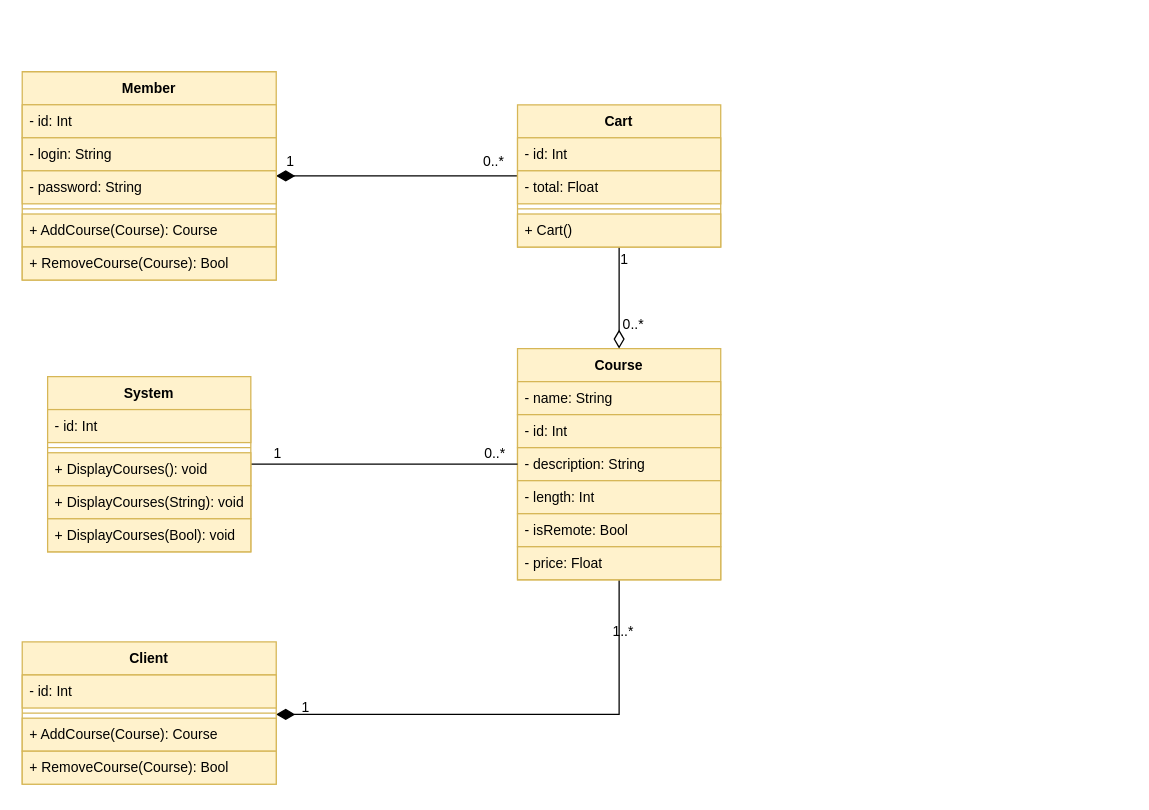
Earlier version of the draw.io diagram page "Class" (1 of 2) of doc/uml/Business.drawio (KMorere/eval-java-business). Source tidied: cells renumbered, new cells numbered last; positions are measured from the earlier drawing's top-left corner, leaving out a move shared by most shapes. Both pictures are drawn from the tidied source at 127%, with x=0, y=0 at pixel (22, 71).
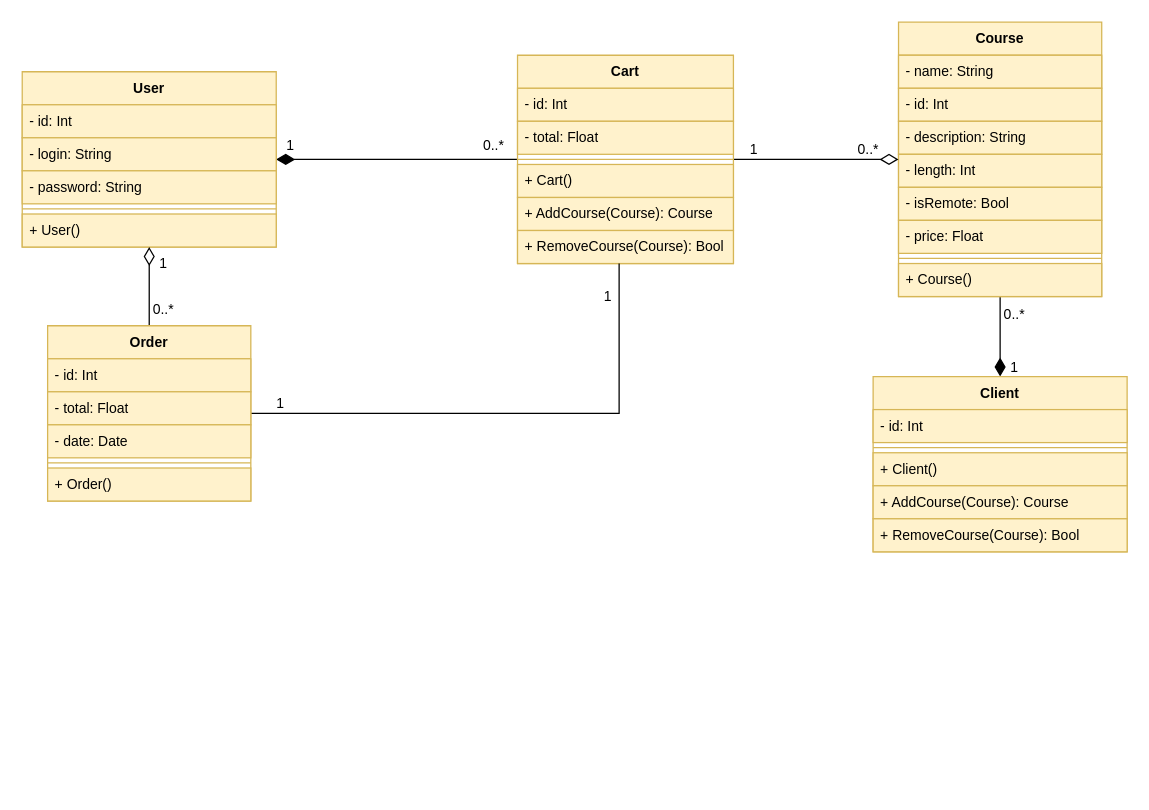
The same diagram, later.

Commit message (it also covers changes not shown here):
Reorganized the class diagram and added the order class, added png for the class and use case diagrams.

Unchanged cells that the change refers to:
```xml
<mxCell id="36" style="edgeStyle=orthogonalEdgeStyle;shape=connector;rounded=0;jettySize=auto;html=1;strokeColor=default;align=center;verticalAlign=middle;fontFamily=Helvetica;fontSize=11;fontColor=default;labelBackgroundColor=none;endArrow=diamondThin;endFill=0;endSize=12;" parent="1" edge="1" source="39" target="5">
  <mxGeometry relative="1" as="geometry" />
</mxCell>
```

Diff of the diagram source:
```diff
@@
-    <mxCell id="2" style="edgeStyle=orthogonalEdgeStyle;shape=connector;rounded=0;jettySize=auto;html=1;strokeColor=default;align=center;verticalAlign=middle;fontFamily=Helvetica;fontSize=11;fontColor=default;labelBackgroundColor=none;endArrow=diamondThin;endFill=1;endSize=12;" parent="1" edge="1" source="5" target="21">
-      <mxGeometry relative="1" as="geometry">
-        <Array as="points">
-          <mxPoint x="470" y="506" />
-        </Array>
-      </mxGeometry>
+    <mxCell id="2" style="edgeStyle=orthogonalEdgeStyle;shape=connector;rounded=0;jettySize=auto;html=1;strokeColor=default;align=center;verticalAlign=middle;fontFamily=Helvetica;fontSize=11;fontColor=default;labelBackgroundColor=none;startSize=12;endArrow=diamondThin;endFill=1;endSize=12;" parent="1" edge="1" source="5" target="21">
+      <mxGeometry relative="1" as="geometry" />
     </mxCell>
-    <mxCell id="3" value="1" style="edgeLabel;html=1;align=center;verticalAlign=middle;strokeColor=#d6b656;spacingLeft=4;spacingRight=4;fontFamily=Helvetica;fontSize=11;fontColor=default;labelBackgroundColor=none;fillColor=#fff2cc;gradientColor=none;" parent="2" vertex="1">
-      <mxGeometry x="0.45" y="1" relative="1" as="geometry">
-        <mxPoint x="-81" y="-7" as="offset" />
-      </mxGeometry>
-    </mxCell>
-    <mxCell id="4" value="1..*" style="edgeLabel;html=1;align=center;verticalAlign=middle;strokeColor=#d6b656;spacingLeft=4;spacingRight=4;fontFamily=Helvetica;fontSize=11;fontColor=default;labelBackgroundColor=none;fillColor=#fff2cc;gradientColor=none;" parent="2" vertex="1">
-      <mxGeometry x="-0.4" y="-1" relative="1" as="geometry">
-        <mxPoint x="9" y="-65" as="offset" />
-      </mxGeometry>
-    </mxCell>
+    <mxCell id="44" value="1" style="edgeLabel;html=1;align=center;verticalAlign=middle;strokeColor=#d6b656;spacingLeft=4;spacingRight=4;fontFamily=Helvetica;fontSize=11;fontColor=default;labelBackgroundColor=none;fillColor=#fff2cc;gradientColor=none;" parent="2" vertex="1">
+      <mxGeometry x="0.75" relative="1" as="geometry">
+        <mxPoint x="10" as="offset" />
+      </mxGeometry>
+    </mxCell>
+    <mxCell id="45" value="0..*" style="edgeLabel;html=1;align=center;verticalAlign=middle;strokeColor=#d6b656;spacingLeft=4;spacingRight=4;fontFamily=Helvetica;fontSize=11;fontColor=default;labelBackgroundColor=none;fillColor=#fff2cc;gradientColor=none;" parent="2" vertex="1">
+      <mxGeometry x="-0.83" relative="1" as="geometry">
+        <mxPoint x="10" y="8" as="offset" />
+      </mxGeometry>
+    </mxCell>
     <mxCell id="5" value="Course" style="swimlane;fontStyle=1;align=center;verticalAlign=top;horizontal=1;startSize=26;whiteSpace=wrap;html=1;fontFamily=Helvetica;fontSize=11;labelBackgroundColor=none;fillColor=#fff2cc;strokeColor=#d6b656;" parent="1" vertex="1">
-      <mxGeometry x="390" y="218" width="160" height="182" as="geometry" />
+      <mxGeometry x="690" y="-39" width="160" height="216" as="geometry" />
     </mxCell>
@@
-    <mxCell id="12" style="edgeStyle=orthogonalEdgeStyle;shape=connector;rounded=0;jettySize=auto;html=1;strokeColor=default;align=center;verticalAlign=middle;fontFamily=Helvetica;fontSize=11;fontColor=default;labelBackgroundColor=none;endArrow=none;endFill=0;" parent="1" edge="1" source="15" target="5">
-      <mxGeometry relative="1" as="geometry" />
-    </mxCell>
-    <mxCell id="13" value="1" style="edgeLabel;html=1;align=center;verticalAlign=middle;strokeColor=#d6b656;spacingLeft=4;spacingRight=4;fontFamily=Helvetica;fontSize=11;fontColor=default;labelBackgroundColor=none;fillColor=#fff2cc;gradientColor=none;" parent="12" vertex="1">
-      <mxGeometry x="-0.61" y="1" relative="1" as="geometry">
-        <mxPoint x="-21" y="-8" as="offset" />
-      </mxGeometry>
-    </mxCell>
-    <mxCell id="14" value="0..*" style="edgeLabel;html=1;align=center;verticalAlign=middle;strokeColor=#d6b656;spacingLeft=4;spacingRight=4;fontFamily=Helvetica;fontSize=11;fontColor=default;labelBackgroundColor=none;fillColor=#fff2cc;gradientColor=none;" parent="12" vertex="1">
-      <mxGeometry x="0.7" y="1" relative="1" as="geometry">
-        <mxPoint x="12" y="-8" as="offset" />
-      </mxGeometry>
-    </mxCell>
-    <mxCell id="15" value="System" style="swimlane;fontStyle=1;align=center;verticalAlign=top;horizontal=1;startSize=26;whiteSpace=wrap;html=1;strokeColor=#d6b656;spacingLeft=4;spacingRight=4;fontFamily=Helvetica;fontSize=11;fontColor=default;labelBackgroundColor=none;fillColor=#fff2cc;gradientColor=none;" parent="1" vertex="1">
-      <mxGeometry x="20" y="240" width="160" height="138" as="geometry" />
-    </mxCell>
-    <mxCell id="16" value="- id: Int" style="text;strokeColor=#d6b656;fillColor=#fff2cc;align=left;verticalAlign=top;spacingLeft=4;spacingRight=4;overflow=hidden;whiteSpace=wrap;html=1;fontFamily=Helvetica;fontSize=11;labelBackgroundColor=none;" parent="15" vertex="1">
-      <mxGeometry y="26" width="160" height="26" as="geometry" />
-    </mxCell>
-    <mxCell id="17" style="line;strokeWidth=1;fillColor=none;align=left;verticalAlign=middle;spacingTop=-1;spacingLeft=3;spacingRight=3;labelPosition=right;strokeColor=inherit;fontFamily=Helvetica;fontSize=11;fontColor=default;labelBackgroundColor=none;" parent="15" vertex="1">
-      <mxGeometry y="52" width="160" height="8" as="geometry" />
-    </mxCell>
-    <mxCell id="18" value="+ DisplayCourses(): void" style="text;strokeColor=#d6b656;fillColor=#fff2cc;align=left;verticalAlign=top;spacingLeft=4;spacingRight=4;overflow=hidden;whiteSpace=wrap;html=1;fontFamily=Helvetica;fontSize=11;labelBackgroundColor=none;" parent="15" vertex="1">
-      <mxGeometry y="60" width="160" height="26" as="geometry" />
-    </mxCell>
-    <mxCell id="19" value="+ DisplayCourses(String): void" style="text;strokeColor=#d6b656;fillColor=#fff2cc;align=left;verticalAlign=top;spacingLeft=4;spacingRight=4;overflow=hidden;whiteSpace=wrap;html=1;fontFamily=Helvetica;fontSize=11;labelBackgroundColor=none;" parent="15" vertex="1">
-      <mxGeometry y="86" width="160" height="26" as="geometry" />
-    </mxCell>
-    <mxCell id="20" value="+ DisplayCourses(Bool): void" style="text;strokeColor=#d6b656;fillColor=#fff2cc;align=left;verticalAlign=top;spacingLeft=4;spacingRight=4;overflow=hidden;whiteSpace=wrap;html=1;fontFamily=Helvetica;fontSize=11;labelBackgroundColor=none;" parent="15" vertex="1">
-      <mxGeometry y="112" width="160" height="26" as="geometry" />
-    </mxCell>
+    <mxCell id="46" style="line;strokeWidth=1;fillColor=none;align=left;verticalAlign=middle;spacingTop=-1;spacingLeft=3;spacingRight=3;labelPosition=right;strokeColor=inherit;fontFamily=Helvetica;fontSize=11;fontColor=default;labelBackgroundColor=none;" parent="5" vertex="1">
+      <mxGeometry y="182" width="160" height="8" as="geometry" />
+    </mxCell>
+    <mxCell id="47" value="+ Course()" style="text;strokeColor=#d6b656;fillColor=#fff2cc;align=left;verticalAlign=top;spacingLeft=4;spacingRight=4;overflow=hidden;whiteSpace=wrap;html=1;fontFamily=Helvetica;fontSize=11;labelBackgroundColor=none;" parent="5" vertex="1">
+      <mxGeometry y="190" width="160" height="26" as="geometry" />
+    </mxCell>
     <mxCell id="21" value="Client" style="swimlane;fontStyle=1;align=center;verticalAlign=top;horizontal=1;startSize=26;whiteSpace=wrap;html=1;strokeColor=#d6b656;spacingLeft=4;spacingRight=4;fontFamily=Helvetica;fontSize=11;fontColor=default;labelBackgroundColor=none;fillColor=#fff2cc;gradientColor=none;" parent="1" vertex="1">
-      <mxGeometry y="449" width="200" height="112" as="geometry" />
+      <mxGeometry x="670" y="240" width="200" height="138" as="geometry" />
     </mxCell>
@@
-    <mxCell id="24" value="+ AddCourse(Course): Course" style="text;strokeColor=#d6b656;fillColor=#fff2cc;align=left;verticalAlign=top;spacingLeft=4;spacingRight=4;overflow=hidden;whiteSpace=wrap;html=1;fontFamily=Helvetica;fontSize=11;labelBackgroundColor=none;" parent="21" vertex="1">
+    <mxCell id="24" value="+ Client()" style="text;strokeColor=#d6b656;fillColor=#fff2cc;align=left;verticalAlign=top;spacingLeft=4;spacingRight=4;overflow=hidden;whiteSpace=wrap;html=1;fontFamily=Helvetica;fontSize=11;labelBackgroundColor=none;" parent="21" vertex="1">
       <mxGeometry y="60" width="200" height="26" as="geometry" />
     </mxCell>
+    <mxCell id="48" value="+ AddCourse(Course): Course" style="text;strokeColor=#d6b656;fillColor=#fff2cc;align=left;verticalAlign=top;spacingLeft=4;spacingRight=4;overflow=hidden;whiteSpace=wrap;html=1;fontFamily=Helvetica;fontSize=11;labelBackgroundColor=none;" parent="21" vertex="1">
+      <mxGeometry y="86" width="200" height="26" as="geometry" />
+    </mxCell>
     <mxCell id="25" value="+ RemoveCourse(Course): Bool" style="text;strokeColor=#d6b656;fillColor=#fff2cc;align=left;verticalAlign=top;spacingLeft=4;spacingRight=4;overflow=hidden;whiteSpace=wrap;html=1;fontFamily=Helvetica;fontSize=11;labelBackgroundColor=none;" parent="21" vertex="1">
-      <mxGeometry y="86" width="200" height="26" as="geometry" />
+      <mxGeometry y="112" width="200" height="26" as="geometry" />
     </mxCell>
@@
-    <mxCell id="29" value="Member" style="swimlane;fontStyle=1;align=center;verticalAlign=top;horizontal=1;startSize=26;whiteSpace=wrap;html=1;strokeColor=#d6b656;spacingLeft=4;spacingRight=4;fontFamily=Helvetica;fontSize=11;fontColor=default;labelBackgroundColor=none;fillColor=#fff2cc;gradientColor=none;" parent="1" vertex="1">
-      <mxGeometry width="200" height="164" as="geometry" />
+    <mxCell id="29" value="User" style="swimlane;fontStyle=1;align=center;verticalAlign=top;horizontal=1;startSize=26;whiteSpace=wrap;html=1;strokeColor=#d6b656;spacingLeft=4;spacingRight=4;fontFamily=Helvetica;fontSize=11;fontColor=default;labelBackgroundColor=none;fillColor=#fff2cc;gradientColor=none;" parent="1" vertex="1">
+      <mxGeometry width="200" height="138" as="geometry" />
     </mxCell>
@@
-    <mxCell id="34" value="+ AddCourse(Course): Course" style="text;strokeColor=#d6b656;fillColor=#fff2cc;align=left;verticalAlign=top;spacingLeft=4;spacingRight=4;overflow=hidden;whiteSpace=wrap;html=1;fontFamily=Helvetica;fontSize=11;labelBackgroundColor=none;" parent="29" vertex="1">
-      <mxGeometry y="112" width="200" height="26" as="geometry" />
-    </mxCell>
-    <mxCell id="35" value="+ RemoveCourse(Course): Bool" style="text;strokeColor=#d6b656;fillColor=#fff2cc;align=left;verticalAlign=top;spacingLeft=4;spacingRight=4;overflow=hidden;whiteSpace=wrap;html=1;fontFamily=Helvetica;fontSize=11;labelBackgroundColor=none;" parent="29" vertex="1">
-      <mxGeometry y="138" width="200" height="26" as="geometry" />
-    </mxCell>
+    <mxCell id="49" value="+ User()" style="text;strokeColor=#d6b656;fillColor=#fff2cc;align=left;verticalAlign=top;spacingLeft=4;spacingRight=4;overflow=hidden;whiteSpace=wrap;html=1;fontFamily=Helvetica;fontSize=11;labelBackgroundColor=none;" parent="29" vertex="1">
+      <mxGeometry y="112" width="200" height="26" as="geometry" />
+    </mxCell>
@@
     <mxCell id="37" value="1" style="edgeLabel;html=1;align=center;verticalAlign=middle;strokeColor=#d6b656;spacingLeft=4;spacingRight=4;fontFamily=Helvetica;fontSize=11;fontColor=default;labelBackgroundColor=none;fillColor=#fff2cc;gradientColor=none;" parent="36" vertex="1">
-      <mxGeometry x="-0.77" y="3" relative="1" as="geometry" />
+      <mxGeometry x="-0.77" y="3" relative="1" as="geometry">
+        <mxPoint y="-6" as="offset" />
+      </mxGeometry>
     </mxCell>
     <mxCell id="38" value="0..*" style="edgeLabel;html=1;align=center;verticalAlign=middle;strokeColor=#d6b656;spacingLeft=4;spacingRight=4;fontFamily=Helvetica;fontSize=11;fontColor=default;labelBackgroundColor=none;fillColor=#fff2cc;gradientColor=none;" parent="36" vertex="1">
       <mxGeometry x="0.49" y="2" relative="1" as="geometry">
-        <mxPoint x="8" as="offset" />
+        <mxPoint x="8" y="-7" as="offset" />
       </mxGeometry>
     </mxCell>
     <mxCell id="39" value="Cart" style="swimlane;fontStyle=1;align=center;verticalAlign=top;horizontal=1;startSize=26;whiteSpace=wrap;html=1;strokeColor=#d6b656;spacingLeft=4;spacingRight=4;fontFamily=Helvetica;fontSize=11;fontColor=default;labelBackgroundColor=none;fillColor=#fff2cc;gradientColor=none;" parent="1" vertex="1">
-      <mxGeometry x="390" y="26" width="160" height="112" as="geometry" />
+      <mxGeometry x="390" y="-13" width="170" height="164" as="geometry" />
     </mxCell>
     <mxCell id="40" value="- id: Int" style="text;strokeColor=#d6b656;fillColor=#fff2cc;align=left;verticalAlign=top;spacingLeft=4;spacingRight=4;overflow=hidden;whiteSpace=wrap;html=1;fontFamily=Helvetica;fontSize=11;labelBackgroundColor=none;" parent="39" vertex="1">
-      <mxGeometry y="26" width="160" height="26" as="geometry" />
+      <mxGeometry y="26" width="170" height="26" as="geometry" />
     </mxCell>
     <mxCell id="41" value="- total: Float" style="text;strokeColor=#d6b656;fillColor=#fff2cc;align=left;verticalAlign=top;spacingLeft=4;spacingRight=4;overflow=hidden;whiteSpace=wrap;html=1;fontFamily=Helvetica;fontSize=11;labelBackgroundColor=none;" parent="39" vertex="1">
-      <mxGeometry y="52" width="160" height="26" as="geometry" />
+      <mxGeometry y="52" width="170" height="26" as="geometry" />
     </mxCell>
     <mxCell id="42" style="line;strokeWidth=1;fillColor=none;align=left;verticalAlign=middle;spacingTop=-1;spacingLeft=3;spacingRight=3;labelPosition=right;strokeColor=inherit;fontFamily=Helvetica;fontSize=11;fontColor=default;labelBackgroundColor=none;" parent="39" vertex="1">
-      <mxGeometry y="78" width="160" height="8" as="geometry" />
+      <mxGeometry y="78" width="170" height="8" as="geometry" />
     </mxCell>
     <mxCell id="43" value="+ Cart()" style="text;strokeColor=#d6b656;fillColor=#fff2cc;align=left;verticalAlign=top;spacingLeft=4;spacingRight=4;overflow=hidden;whiteSpace=wrap;html=1;fontFamily=Helvetica;fontSize=11;labelBackgroundColor=none;" parent="39" vertex="1">
-      <mxGeometry y="86" width="160" height="26" as="geometry" />
+      <mxGeometry y="86" width="170" height="26" as="geometry" />
     </mxCell>
+    <mxCell id="50" value="+ AddCourse(Course): Course" style="text;strokeColor=#d6b656;fillColor=#fff2cc;align=left;verticalAlign=top;spacingLeft=4;spacingRight=4;overflow=hidden;whiteSpace=wrap;html=1;fontFamily=Helvetica;fontSize=11;labelBackgroundColor=none;" parent="39" vertex="1">
+      <mxGeometry y="112" width="170" height="26" as="geometry" />
+    </mxCell>
+    <mxCell id="35" value="+ RemoveCourse(Course): Bool" style="text;strokeColor=#d6b656;fillColor=#fff2cc;align=left;verticalAlign=top;spacingLeft=4;spacingRight=4;overflow=hidden;whiteSpace=wrap;html=1;fontFamily=Helvetica;fontSize=11;labelBackgroundColor=none;" parent="39" vertex="1">
+      <mxGeometry y="138" width="170" height="26" as="geometry" />
+    </mxCell>
+    <mxCell id="51" style="edgeStyle=orthogonalEdgeStyle;shape=connector;rounded=0;jettySize=auto;html=1;strokeColor=default;align=center;verticalAlign=middle;fontFamily=Helvetica;fontSize=11;fontColor=default;labelBackgroundColor=none;endArrow=diamondThin;endFill=0;endSize=12;startSize=12;" parent="1" edge="1" source="57" target="29">
+      <mxGeometry relative="1" as="geometry" />
+    </mxCell>
+    <mxCell id="52" value="1" style="edgeLabel;html=1;align=center;verticalAlign=middle;strokeColor=#d6b656;spacingLeft=4;spacingRight=4;fontFamily=Helvetica;fontSize=11;fontColor=default;labelBackgroundColor=none;fillColor=#fff2cc;gradientColor=none;" parent="51" vertex="1">
+      <mxGeometry x="0.22" y="-2" relative="1" as="geometry">
+        <mxPoint x="8" y="-12" as="offset" />
+      </mxGeometry>
+    </mxCell>
+    <mxCell id="53" value="0..*" style="edgeLabel;html=1;align=center;verticalAlign=middle;strokeColor=#d6b656;spacingLeft=4;spacingRight=4;fontFamily=Helvetica;fontSize=11;fontColor=default;labelBackgroundColor=none;fillColor=#fff2cc;gradientColor=none;" parent="51" vertex="1">
+      <mxGeometry x="-0.56" relative="1" as="geometry">
+        <mxPoint x="10" as="offset" />
+      </mxGeometry>
+    </mxCell>
+    <mxCell id="54" style="edgeStyle=orthogonalEdgeStyle;shape=connector;rounded=0;jettySize=auto;html=1;strokeColor=default;align=center;verticalAlign=middle;fontFamily=Helvetica;fontSize=11;fontColor=default;labelBackgroundColor=none;endArrow=none;endFill=0;endSize=12;" parent="1" edge="1" source="57" target="39">
+      <mxGeometry relative="1" as="geometry">
+        <Array as="points">
+          <mxPoint x="470" y="269" />
+        </Array>
+      </mxGeometry>
+    </mxCell>
+    <mxCell id="55" value="1" style="edgeLabel;html=1;align=center;verticalAlign=middle;strokeColor=#d6b656;spacingLeft=4;spacingRight=4;fontFamily=Helvetica;fontSize=11;fontColor=default;labelBackgroundColor=none;fillColor=#fff2cc;gradientColor=none;" parent="54" vertex="1">
+      <mxGeometry x="-0.89" y="-1" relative="1" as="geometry">
+        <mxPoint y="-10" as="offset" />
+      </mxGeometry>
+    </mxCell>
+    <mxCell id="56" value="1" style="edgeLabel;html=1;align=center;verticalAlign=middle;strokeColor=#d6b656;spacingLeft=4;spacingRight=4;fontFamily=Helvetica;fontSize=11;fontColor=default;labelBackgroundColor=none;fillColor=#fff2cc;gradientColor=none;" parent="54" vertex="1">
+      <mxGeometry x="0.83" relative="1" as="geometry">
+        <mxPoint x="-10" y="-10" as="offset" />
+      </mxGeometry>
+    </mxCell>
+    <mxCell id="57" value="Order" style="swimlane;fontStyle=1;align=center;verticalAlign=top;horizontal=1;startSize=26;whiteSpace=wrap;html=1;strokeColor=#d6b656;spacingLeft=4;spacingRight=4;fontFamily=Helvetica;fontSize=11;fontColor=default;labelBackgroundColor=none;fillColor=#fff2cc;gradientColor=none;" parent="1" vertex="1">
+      <mxGeometry x="20" y="200" width="160" height="138" as="geometry" />
+    </mxCell>
+    <mxCell id="16" value="- id: Int" style="text;strokeColor=#d6b656;fillColor=#fff2cc;align=left;verticalAlign=top;spacingLeft=4;spacingRight=4;overflow=hidden;whiteSpace=wrap;html=1;fontFamily=Helvetica;fontSize=11;labelBackgroundColor=none;" parent="57" vertex="1">
+      <mxGeometry y="26" width="160" height="26" as="geometry" />
+    </mxCell>
+    <mxCell id="58" value="- total: Float" style="text;strokeColor=#d6b656;fillColor=#fff2cc;align=left;verticalAlign=top;spacingLeft=4;spacingRight=4;overflow=hidden;whiteSpace=wrap;html=1;fontFamily=Helvetica;fontSize=11;labelBackgroundColor=none;" parent="57" vertex="1">
+      <mxGeometry y="52" width="160" height="26" as="geometry" />
+    </mxCell>
+    <mxCell id="59" value="- date: Date" style="text;strokeColor=#d6b656;fillColor=#fff2cc;align=left;verticalAlign=top;spacingLeft=4;spacingRight=4;overflow=hidden;whiteSpace=wrap;html=1;fontFamily=Helvetica;fontSize=11;labelBackgroundColor=none;" parent="57" vertex="1">
+      <mxGeometry y="78" width="160" height="26" as="geometry" />
+    </mxCell>
+    <mxCell id="60" style="line;strokeWidth=1;fillColor=none;align=left;verticalAlign=middle;spacingTop=-1;spacingLeft=3;spacingRight=3;labelPosition=right;strokeColor=inherit;fontFamily=Helvetica;fontSize=11;fontColor=default;labelBackgroundColor=none;" parent="57" vertex="1">
+      <mxGeometry y="104" width="160" height="8" as="geometry" />
+    </mxCell>
+    <mxCell id="61" value="+ Order()" style="text;strokeColor=#d6b656;fillColor=#fff2cc;align=left;verticalAlign=top;spacingLeft=4;spacingRight=4;overflow=hidden;whiteSpace=wrap;html=1;fontFamily=Helvetica;fontSize=11;labelBackgroundColor=none;" parent="57" vertex="1">
+      <mxGeometry y="112" width="160" height="26" as="geometry" />
+    </mxCell>
```
